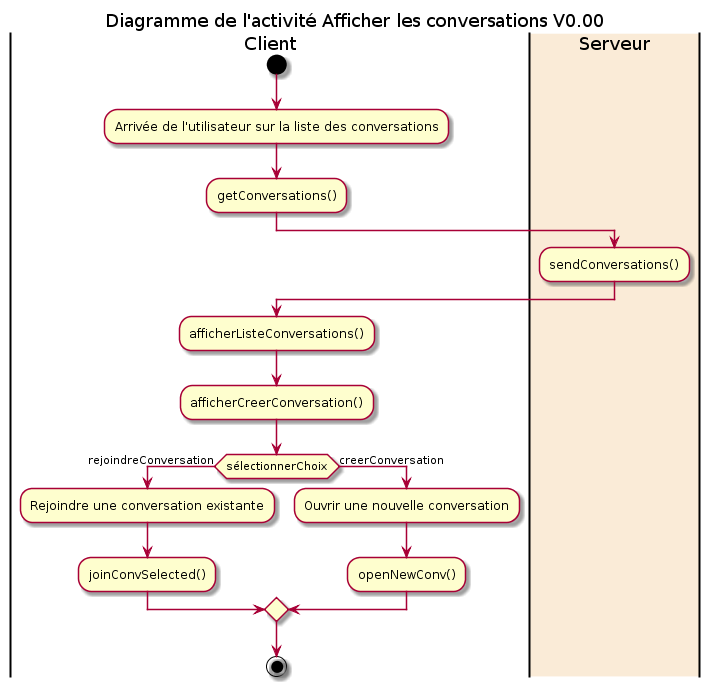
Above: DC/diagrammes/activity-convList-diag.png in gdarchen/WhatsASI (PlantUML), before the change.
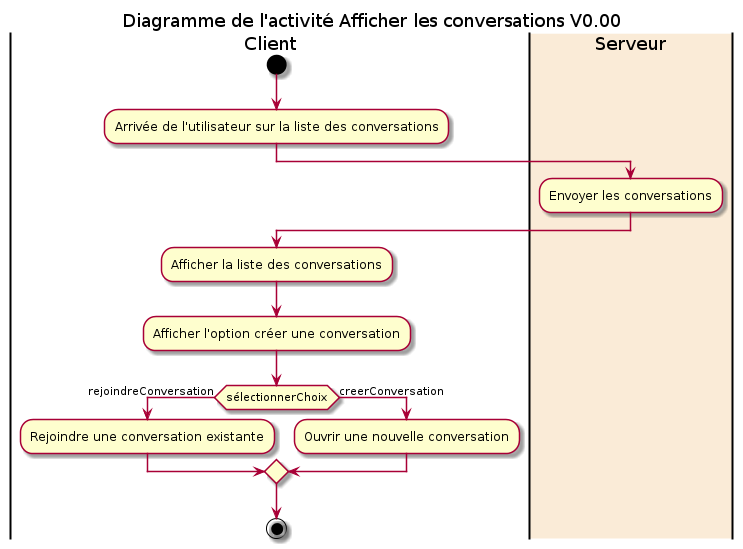
After the change.

Change to the diagram source:
```diff
@@ -4,18 +4,15 @@
 |Client|
 start
 :Arrivée de l'utilisateur sur la liste des conversations;
-:getConversations();
 |#AntiqueWhite|Serveur|
-:sendConversations();
+:Envoyer les conversations;
 |Client|
-:afficherListeConversations();
-:afficherCreerConversation();
+:Afficher la liste des conversations;
+:Afficher l'option créer une conversation;
 if (sélectionnerChoix) then (rejoindreConversation)
   :Rejoindre une conversation existante;
-  :joinConvSelected();
  else (creerConversation)
    :Ouvrir une nouvelle conversation;
-   :openNewConv();
 endif
 
 stop
```
